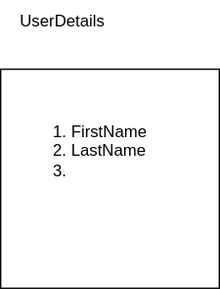
This is fieldmaping.drawio.svg from JobPortal006/backend, a draw.io export, as it was before one commit. Source tidied: cells renumbered, new cells last; positions are measured from the earlier drawing's top-left corner, leaving out a move shared by most shapes. The source it was exported from:
```xml
<mxGraphModel>
  <root>
    <mxCell id="0" />
    <mxCell id="1" parent="0" />
    <mxCell id="2" style="whiteSpace=wrap;html=1;" parent="1" vertex="1">
      <mxGeometry y="50" width="160" height="160" as="geometry" />
    </mxCell>
    <mxCell id="3" value="&lt;ol&gt;&lt;li&gt;FirstName&lt;/li&gt;&lt;li&gt;LastName&lt;/li&gt;&lt;li&gt;&lt;br&gt;&lt;/li&gt;&lt;/ol&gt;" style="text;strokeColor=none;fillColor=none;html=1;whiteSpace=wrap;verticalAlign=middle;overflow=hidden;" parent="1" vertex="1">
      <mxGeometry x="10" y="70" width="100" height="80" as="geometry" />
    </mxCell>
    <mxCell id="4" value="UserDetails" style="text;html=1;align=center;verticalAlign=middle;strokeColor=none;fillColor=none;" parent="1" vertex="1">
      <mxGeometry width="90" height="30" as="geometry" />
    </mxCell>
  </root>
</mxGraphModel>
```
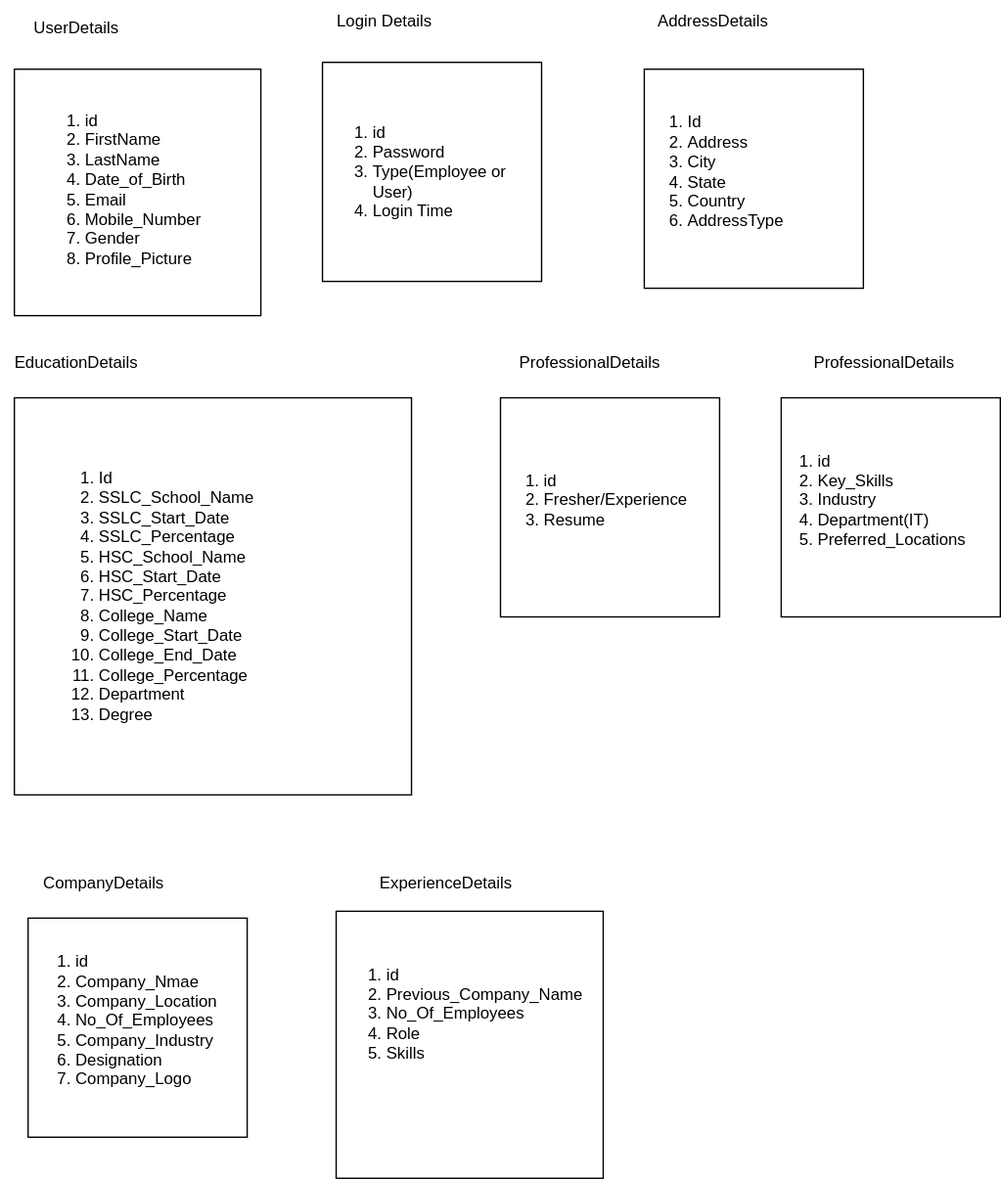
The same file after the commit.

The edit, as a diff of the source:
```diff
@@ -3,13 +3,76 @@
     <mxCell id="0" />
     <mxCell id="1" parent="0" />
     <mxCell id="2" style="whiteSpace=wrap;html=1;" parent="1" vertex="1">
-      <mxGeometry y="50" width="160" height="160" as="geometry" />
+      <mxGeometry y="50" width="180" height="180" as="geometry" />
     </mxCell>
-    <mxCell id="3" value="&lt;ol&gt;&lt;li&gt;FirstName&lt;/li&gt;&lt;li&gt;LastName&lt;/li&gt;&lt;li&gt;&lt;br&gt;&lt;/li&gt;&lt;/ol&gt;" style="text;strokeColor=none;fillColor=none;html=1;whiteSpace=wrap;verticalAlign=middle;overflow=hidden;" parent="1" vertex="1">
-      <mxGeometry x="10" y="70" width="100" height="80" as="geometry" />
+    <mxCell id="3" value="&lt;ol&gt;&lt;li&gt;id&lt;/li&gt;&lt;li&gt;FirstName&lt;/li&gt;&lt;li&gt;LastName&lt;/li&gt;&lt;li&gt;Date_of_Birth&lt;/li&gt;&lt;li&gt;Email&lt;/li&gt;&lt;li&gt;Mobile_Number&lt;/li&gt;&lt;li&gt;Gender&lt;/li&gt;&lt;li&gt;Profile_Picture&lt;/li&gt;&lt;/ol&gt;" style="text;strokeColor=none;fillColor=none;html=1;whiteSpace=wrap;verticalAlign=middle;overflow=hidden;" parent="1" vertex="1">
+      <mxGeometry x="10" y="40" width="140" height="195" as="geometry" />
     </mxCell>
     <mxCell id="4" value="UserDetails" style="text;html=1;align=center;verticalAlign=middle;strokeColor=none;fillColor=none;" parent="1" vertex="1">
-      <mxGeometry width="90" height="30" as="geometry" />
+      <mxGeometry y="5" width="90" height="30" as="geometry" />
     </mxCell>
+    <mxCell id="5" style="whiteSpace=wrap;html=1;" parent="1" vertex="1">
+      <mxGeometry x="225" y="45" width="160" height="160" as="geometry" />
+    </mxCell>
+    <mxCell id="6" value="&lt;ol&gt;&lt;li&gt;id&lt;/li&gt;&lt;li&gt;Password&lt;/li&gt;&lt;li&gt;Type(Employee or User)&lt;/li&gt;&lt;li&gt;Login Time&lt;/li&gt;&lt;/ol&gt;" style="text;strokeColor=none;fillColor=none;html=1;whiteSpace=wrap;verticalAlign=middle;overflow=hidden;" parent="1" vertex="1">
+      <mxGeometry x="220" y="40" width="140" height="170" as="geometry" />
+    </mxCell>
+    <mxCell id="7" style="whiteSpace=wrap;html=1;" parent="1" vertex="1">
+      <mxGeometry x="460" y="50" width="160" height="160" as="geometry" />
+    </mxCell>
+    <mxCell id="8" value="&lt;ol&gt;&lt;li&gt;Id&lt;/li&gt;&lt;li&gt;Address&lt;/li&gt;&lt;li&gt;City&lt;/li&gt;&lt;li&gt;State&lt;/li&gt;&lt;li&gt;Country&lt;/li&gt;&lt;li&gt;AddressType&lt;/li&gt;&lt;/ol&gt;" style="text;strokeColor=none;fillColor=none;html=1;whiteSpace=wrap;verticalAlign=middle;overflow=hidden;" parent="1" vertex="1">
+      <mxGeometry x="450" y="40" width="140" height="170" as="geometry" />
+    </mxCell>
+    <mxCell id="9" value="Login Details" style="text;html=1;align=center;verticalAlign=middle;strokeColor=none;fillColor=none;" parent="1" vertex="1">
+      <mxGeometry x="225" width="90" height="30" as="geometry" />
+    </mxCell>
+    <mxCell id="10" value="AddressDetails" style="text;html=1;align=center;verticalAlign=middle;strokeColor=none;fillColor=none;" parent="1" vertex="1">
+      <mxGeometry x="460" width="100" height="30" as="geometry" />
+    </mxCell>
+    <mxCell id="11" value="EducationDetails" style="text;html=1;align=center;verticalAlign=middle;strokeColor=none;fillColor=none;" parent="1" vertex="1">
+      <mxGeometry x="-10" y="250" width="110" height="30" as="geometry" />
+    </mxCell>
+    <mxCell id="12" style="whiteSpace=wrap;html=1;" parent="1" vertex="1">
+      <mxGeometry y="290" width="290" height="290" as="geometry" />
+    </mxCell>
+    <mxCell id="13" value="&lt;ol&gt;&lt;li&gt;Id&lt;/li&gt;&lt;li&gt;SSLC_School_Name&lt;/li&gt;&lt;li&gt;SSLC_Start_Date&lt;/li&gt;&lt;li&gt;SSLC_Percentage&lt;/li&gt;&lt;li&gt;HSC_School_Name&lt;/li&gt;&lt;li&gt;HSC_Start_Date&lt;/li&gt;&lt;li&gt;HSC_Percentage&lt;/li&gt;&lt;li&gt;College_Name&lt;/li&gt;&lt;li&gt;College_Start_Date&lt;/li&gt;&lt;li&gt;College_End_Date&lt;/li&gt;&lt;li&gt;College_Percentage&lt;/li&gt;&lt;li&gt;Department&lt;/li&gt;&lt;li&gt;Degree&lt;/li&gt;&lt;/ol&gt;" style="text;strokeColor=none;fillColor=none;html=1;whiteSpace=wrap;verticalAlign=middle;overflow=hidden;" parent="1" vertex="1">
+      <mxGeometry x="20" y="287.5" width="200" height="295" as="geometry" />
+    </mxCell>
+    <mxCell id="14" value="ProfessionalDetails" style="text;html=1;align=center;verticalAlign=middle;strokeColor=none;fillColor=none;" parent="1" vertex="1">
+      <mxGeometry x="355" y="250" width="130" height="30" as="geometry" />
+    </mxCell>
+    <mxCell id="15" style="whiteSpace=wrap;html=1;" parent="1" vertex="1">
+      <mxGeometry x="355" y="290" width="160" height="160" as="geometry" />
+    </mxCell>
+    <mxCell id="16" value="&lt;ol&gt;&lt;li&gt;id&lt;/li&gt;&lt;li&gt;Fresher/Experience&lt;/li&gt;&lt;li&gt;Resume&lt;/li&gt;&lt;/ol&gt;" style="text;strokeColor=none;fillColor=none;html=1;whiteSpace=wrap;verticalAlign=middle;overflow=hidden;" parent="1" vertex="1">
+      <mxGeometry x="345" y="280" width="155" height="170" as="geometry" />
+    </mxCell>
+    <mxCell id="17" value="ProfessionalDetails" style="text;html=1;align=center;verticalAlign=middle;strokeColor=none;fillColor=none;" parent="1" vertex="1">
+      <mxGeometry x="570" y="250" width="130" height="30" as="geometry" />
+    </mxCell>
+    <mxCell id="18" style="whiteSpace=wrap;html=1;" parent="1" vertex="1">
+      <mxGeometry x="560" y="290" width="160" height="160" as="geometry" />
+    </mxCell>
+    <mxCell id="19" value="&lt;ol&gt;&lt;li&gt;id&lt;/li&gt;&lt;li&gt;Key_Skills&lt;/li&gt;&lt;li&gt;Industry&lt;/li&gt;&lt;li&gt;Department(IT)&lt;/li&gt;&lt;li&gt;Preferred_Locations&lt;/li&gt;&lt;/ol&gt;" style="text;strokeColor=none;fillColor=none;html=1;whiteSpace=wrap;verticalAlign=middle;overflow=hidden;" parent="1" vertex="1">
+      <mxGeometry x="545" y="280" width="155" height="170" as="geometry" />
+    </mxCell>
+    <mxCell id="20" value="CompanyDetails" style="text;html=1;align=center;verticalAlign=middle;strokeColor=none;fillColor=none;" parent="1" vertex="1">
+      <mxGeometry x="10" y="630" width="110" height="30" as="geometry" />
+    </mxCell>
+    <mxCell id="21" style="whiteSpace=wrap;html=1;" parent="1" vertex="1">
+      <mxGeometry x="10" y="670" width="160" height="160" as="geometry" />
+    </mxCell>
+    <mxCell id="22" value="&lt;ol&gt;&lt;li&gt;id&lt;/li&gt;&lt;li&gt;Company_Nmae&lt;/li&gt;&lt;li&gt;Company_Location&lt;/li&gt;&lt;li&gt;No_Of_Employees&lt;/li&gt;&lt;li&gt;Company_Industry&lt;/li&gt;&lt;li&gt;Designation&lt;/li&gt;&lt;li&gt;Company_Logo&lt;/li&gt;&lt;/ol&gt;" style="text;strokeColor=none;fillColor=none;html=1;whiteSpace=wrap;verticalAlign=middle;overflow=hidden;" parent="1" vertex="1">
+      <mxGeometry x="2.5" y="660" width="155" height="170" as="geometry" />
+    </mxCell>
+    <mxCell id="23" value="ExperienceDetails" style="text;html=1;align=center;verticalAlign=middle;strokeColor=none;fillColor=none;" parent="1" vertex="1">
+      <mxGeometry x="255" y="630" width="120" height="30" as="geometry" />
+    </mxCell>
+    <mxCell id="24" style="whiteSpace=wrap;html=1;" parent="1" vertex="1">
+      <mxGeometry x="235" y="665" width="195" height="195" as="geometry" />
+    </mxCell>
+    <mxCell id="25" value="&lt;ol&gt;&lt;li&gt;id&lt;/li&gt;&lt;li&gt;Previous_Company_Name&lt;/li&gt;&lt;li&gt;No_Of_Employees&lt;/li&gt;&lt;li&gt;Role&lt;/li&gt;&lt;li&gt;Skills&lt;/li&gt;&lt;/ol&gt;" style="text;strokeColor=none;fillColor=none;html=1;whiteSpace=wrap;verticalAlign=middle;overflow=hidden;" parent="1" vertex="1">
+      <mxGeometry x="230" y="655" width="190" height="170" as="geometry" />
+    </mxCell>
   </root>
 </mxGraphModel>
```
